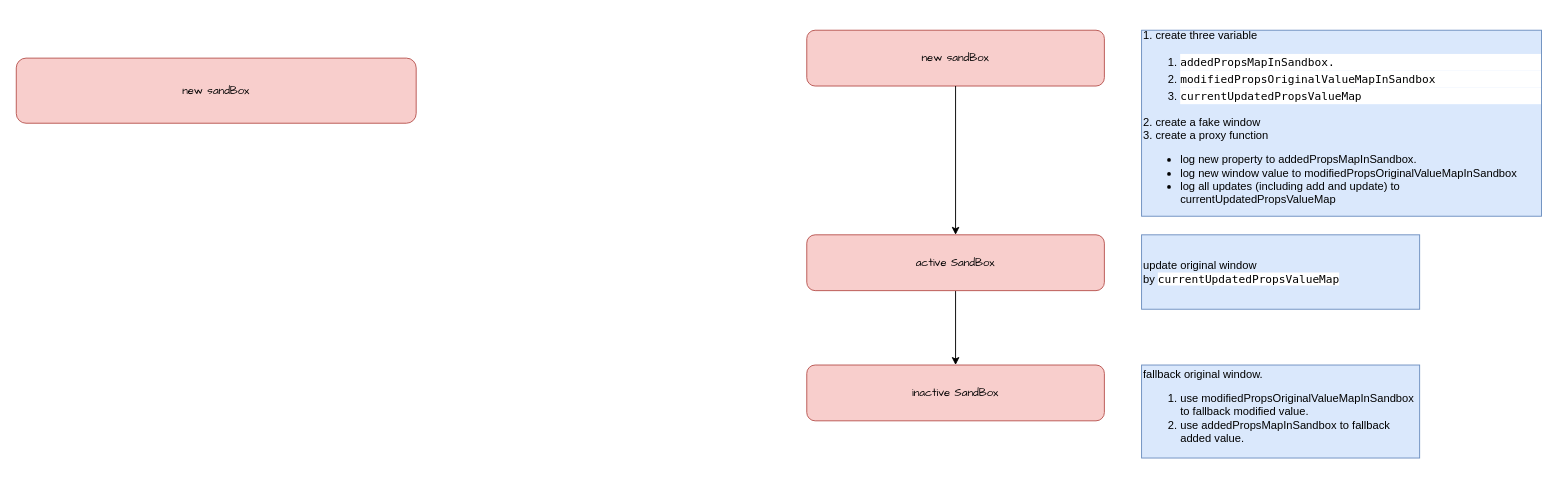
The draw.io diagram mapp.drawio in fzhange/designPattern, before the edit. Source tidied: cells renumbered, new cells numbered last; positions are measured from the earlier drawing's top-left corner, leaving out a move shared by most shapes. Both pictures are drawn from the tidied source at 93%, with x=0, y=0 at pixel (16, 30).
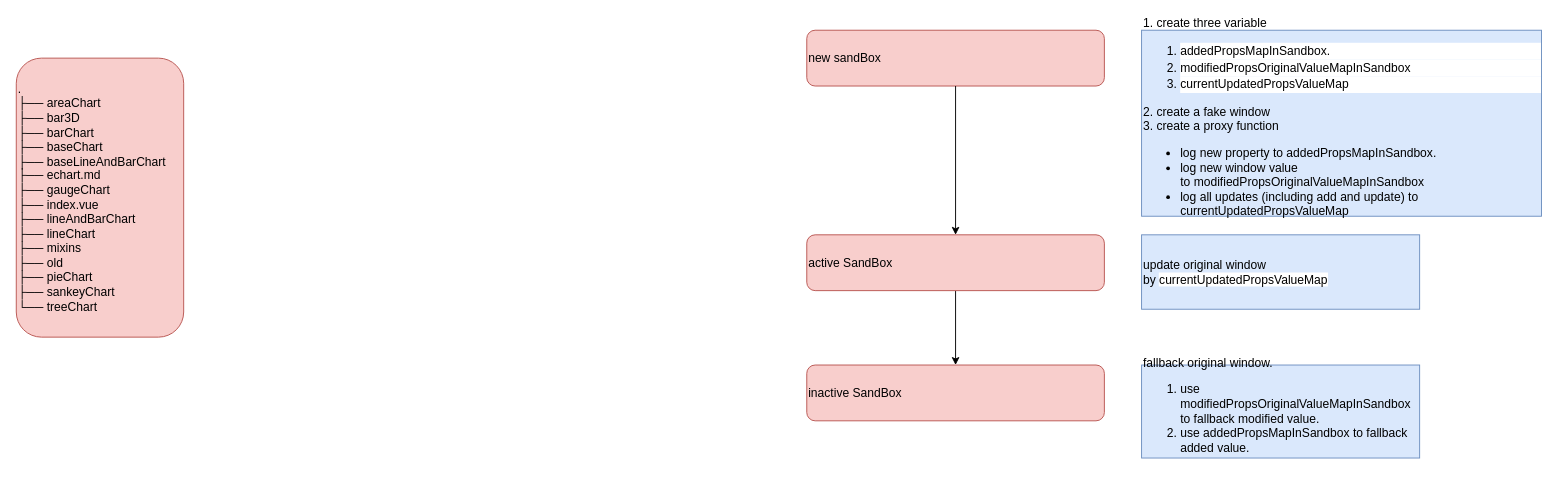
After the change.

Diff of the diagram source:
```diff
@@
 <mxGraphModel>
   <root>
     <mxCell id="0" />
     <mxCell id="1" parent="0" />
-    <mxCell id="2" value="&lt;font face=&quot;Comic Sans MS&quot;&gt;new sandBox&lt;/font&gt;" style="rounded=1;whiteSpace=wrap;html=1;fillColor=#f8cecc;strokeColor=#b85450;" parent="1" vertex="1">
+    <mxCell id="2" value="&lt;font style=&quot;font-size: 13px;&quot;&gt;new sandBox&lt;/font&gt;" style="rounded=1;whiteSpace=wrap;html=1;fillColor=#f8cecc;strokeColor=#b85450;align=left;fontSize=13;fontFamily=Helvetica;" parent="1" vertex="1">
       <mxGeometry x="850" width="320" height="60" as="geometry" />
     </mxCell>
-    <mxCell id="3" value="1. create three&amp;nbsp;variable&lt;br&gt;&lt;ol&gt;&lt;li&gt;&lt;div style=&quot;background-color: rgb(255, 255, 255); font-family: Menlo, Monaco, &amp;quot;Courier New&amp;quot;, monospace; line-height: 18px;&quot;&gt;addedPropsMapInSandbox.&amp;nbsp;&lt;/div&gt;&lt;/li&gt;&lt;li&gt;&lt;div style=&quot;background-color: rgb(255, 255, 255); font-family: Menlo, Monaco, &amp;quot;Courier New&amp;quot;, monospace; line-height: 18px;&quot;&gt;&lt;div style=&quot;line-height: 18px;&quot;&gt;modifiedPropsOriginalValueMapInSandbox&lt;/div&gt;&lt;/div&gt;&lt;/li&gt;&lt;li&gt;&lt;div style=&quot;line-height: 18px;&quot;&gt;&lt;div style=&quot;background-color: rgb(255, 255, 255); font-family: Menlo, Monaco, &amp;quot;Courier New&amp;quot;, monospace; line-height: 18px;&quot;&gt;currentUpdatedPropsValueMap&lt;/div&gt;&lt;/div&gt;&lt;/li&gt;&lt;/ol&gt;&lt;div&gt;2. create a fake window&lt;/div&gt;&lt;div&gt;3. create a proxy function&lt;/div&gt;&lt;div&gt;&lt;ul&gt;&lt;li&gt;log new property to&amp;nbsp;addedPropsMapInSandbox.&lt;/li&gt;&lt;li&gt;&lt;span style=&quot;background-color: initial;&quot;&gt;log new window value to&amp;nbsp;&lt;/span&gt;modifiedPropsOriginalValueMapInSandbox&lt;/li&gt;&lt;li&gt;log all updates (including add and update) to currentUpdatedPropsValueMap&lt;/li&gt;&lt;/ul&gt;&lt;/div&gt;" style="text;html=1;align=left;verticalAlign=middle;whiteSpace=wrap;rounded=0;fillColor=#dae8fc;strokeColor=#6c8ebf;" parent="1" vertex="1">
+    <mxCell id="3" value="1. create three&amp;nbsp;variable&lt;br style=&quot;font-size: 13px;&quot;&gt;&lt;ol style=&quot;font-size: 13px;&quot;&gt;&lt;li style=&quot;font-size: 13px;&quot;&gt;&lt;div style=&quot;background-color: rgb(255, 255, 255); line-height: 18px; font-size: 13px;&quot;&gt;addedPropsMapInSandbox.&amp;nbsp;&lt;/div&gt;&lt;/li&gt;&lt;li style=&quot;font-size: 13px;&quot;&gt;&lt;div style=&quot;background-color: rgb(255, 255, 255); line-height: 18px; font-size: 13px;&quot;&gt;&lt;div style=&quot;line-height: 18px; font-size: 13px;&quot;&gt;modifiedPropsOriginalValueMapInSandbox&lt;/div&gt;&lt;/div&gt;&lt;/li&gt;&lt;li style=&quot;font-size: 13px;&quot;&gt;&lt;div style=&quot;line-height: 18px; font-size: 13px;&quot;&gt;&lt;div style=&quot;background-color: rgb(255, 255, 255); line-height: 18px; font-size: 13px;&quot;&gt;currentUpdatedPropsValueMap&lt;/div&gt;&lt;/div&gt;&lt;/li&gt;&lt;/ol&gt;&lt;div style=&quot;font-size: 13px;&quot;&gt;2. create a fake window&lt;/div&gt;&lt;div style=&quot;font-size: 13px;&quot;&gt;3. create a proxy function&lt;/div&gt;&lt;div style=&quot;font-size: 13px;&quot;&gt;&lt;ul style=&quot;font-size: 13px;&quot;&gt;&lt;li style=&quot;font-size: 13px;&quot;&gt;log new property to&amp;nbsp;addedPropsMapInSandbox.&lt;/li&gt;&lt;li style=&quot;font-size: 13px;&quot;&gt;&lt;span style=&quot;background-color: initial; font-size: 13px;&quot;&gt;log new window value to&amp;nbsp;&lt;/span&gt;modifiedPropsOriginalValueMapInSandbox&lt;/li&gt;&lt;li style=&quot;font-size: 13px;&quot;&gt;log all updates (including add and update) to currentUpdatedPropsValueMap&lt;/li&gt;&lt;/ul&gt;&lt;/div&gt;" style="text;html=1;align=left;verticalAlign=middle;whiteSpace=wrap;rounded=0;fillColor=#dae8fc;strokeColor=#6c8ebf;fontSize=13;fontFamily=Helvetica;" parent="1" vertex="1">
       <mxGeometry x="1210" width="430" height="200" as="geometry" />
     </mxCell>
-    <mxCell id="4" style="edgeStyle=orthogonalEdgeStyle;rounded=0;jettySize=auto;html=1;entryX=0.5;entryY=0;entryDx=0;entryDy=0;" parent="1" edge="1" source="5" target="7">
+    <mxCell id="4" style="edgeStyle=orthogonalEdgeStyle;rounded=0;jettySize=auto;html=1;entryX=0.5;entryY=0;entryDx=0;entryDy=0;align=left;fontSize=13;fontFamily=Helvetica;" parent="1" edge="1" source="5" target="7">
       <mxGeometry relative="1" as="geometry" />
     </mxCell>
-    <mxCell id="5" value="&lt;font face=&quot;Comic Sans MS&quot;&gt;active SandBox&lt;/font&gt;" style="rounded=1;whiteSpace=wrap;html=1;fillColor=#f8cecc;strokeColor=#b85450;" parent="1" vertex="1">
+    <mxCell id="5" value="&lt;font style=&quot;font-size: 13px;&quot;&gt;active SandBox&lt;/font&gt;" style="rounded=1;whiteSpace=wrap;html=1;fillColor=#f8cecc;strokeColor=#b85450;align=left;fontSize=13;fontFamily=Helvetica;" parent="1" vertex="1">
       <mxGeometry x="850" y="220" width="320" height="60" as="geometry" />
     </mxCell>
-    <mxCell id="6" value="&lt;span style=&quot;background-color: initial;&quot;&gt;update original window by&amp;nbsp;&lt;/span&gt;&lt;span style=&quot;background-color: rgb(255, 255, 255); font-family: Menlo, Monaco, &amp;quot;Courier New&amp;quot;, monospace;&quot;&gt;currentUpdatedPropsValueMap&lt;/span&gt;" style="text;html=1;align=left;verticalAlign=middle;whiteSpace=wrap;rounded=0;fillColor=#dae8fc;strokeColor=#6c8ebf;" parent="1" vertex="1">
+    <mxCell id="6" value="&lt;span style=&quot;background-color: initial; font-size: 13px;&quot;&gt;update original window by&amp;nbsp;&lt;/span&gt;&lt;span style=&quot;background-color: rgb(255, 255, 255); font-size: 13px;&quot;&gt;currentUpdatedPropsValueMap&lt;/span&gt;" style="text;html=1;align=left;verticalAlign=middle;whiteSpace=wrap;rounded=0;fillColor=#dae8fc;strokeColor=#6c8ebf;fontSize=13;fontFamily=Helvetica;" parent="1" vertex="1">
       <mxGeometry x="1210" y="220" width="299" height="80" as="geometry" />
     </mxCell>
-    <mxCell id="7" value="&lt;font face=&quot;Comic Sans MS&quot;&gt;inactive SandBox&lt;/font&gt;" style="rounded=1;whiteSpace=wrap;html=1;fillColor=#f8cecc;strokeColor=#b85450;" parent="1" vertex="1">
+    <mxCell id="7" value="&lt;font style=&quot;font-size: 13px;&quot;&gt;inactive SandBox&lt;/font&gt;" style="rounded=1;whiteSpace=wrap;html=1;fillColor=#f8cecc;strokeColor=#b85450;align=left;fontSize=13;fontFamily=Helvetica;" parent="1" vertex="1">
       <mxGeometry x="850" y="360" width="320" height="60" as="geometry" />
     </mxCell>
-    <mxCell id="8" value="&lt;div&gt;fallback original window.&lt;/div&gt;&lt;div&gt;&lt;ol&gt;&lt;li&gt;use modifiedPropsOriginalValueMapInSandbox to fallback modified value.&lt;/li&gt;&lt;li&gt;use addedPropsMapInSandbox to fallback added value.&lt;/li&gt;&lt;/ol&gt;&lt;/div&gt;" style="text;html=1;strokeColor=#6c8ebf;fillColor=#dae8fc;align=left;verticalAlign=middle;whiteSpace=wrap;rounded=0;" parent="1" vertex="1">
+    <mxCell id="8" value="&lt;div style=&quot;font-size: 13px;&quot;&gt;fallback original window.&lt;/div&gt;&lt;div style=&quot;font-size: 13px;&quot;&gt;&lt;ol style=&quot;font-size: 13px;&quot;&gt;&lt;li style=&quot;font-size: 13px;&quot;&gt;use modifiedPropsOriginalValueMapInSandbox to fallback modified value.&lt;/li&gt;&lt;li style=&quot;font-size: 13px;&quot;&gt;use addedPropsMapInSandbox to fallback added value.&lt;/li&gt;&lt;/ol&gt;&lt;/div&gt;" style="text;html=1;strokeColor=#6c8ebf;fillColor=#dae8fc;align=left;verticalAlign=middle;whiteSpace=wrap;rounded=0;fontSize=13;fontFamily=Helvetica;" parent="1" vertex="1">
       <mxGeometry x="1210" y="360" width="299" height="100" as="geometry" />
     </mxCell>
-    <mxCell id="9" style="endArrow=classic;html=1;rounded=0;exitX=0.5;exitY=1;exitDx=0;exitDy=0;entryX=0.5;entryY=0;entryDx=0;entryDy=0;" parent="1" edge="1" source="2" target="5">
+    <mxCell id="9" style="endArrow=classic;html=1;rounded=0;exitX=0.5;exitY=1;exitDx=0;exitDy=0;entryX=0.5;entryY=0;entryDx=0;entryDy=0;align=left;fontSize=13;fontFamily=Helvetica;" parent="1" edge="1" source="2" target="5">
       <mxGeometry relative="1" as="geometry" />
     </mxCell>
-    <mxCell id="10" value="&lt;font face=&quot;Comic Sans MS&quot;&gt;new sandBox&lt;/font&gt;" style="rounded=1;whiteSpace=wrap;html=1;fillColor=#f8cecc;strokeColor=#b85450;" parent="1" vertex="1">
-      <mxGeometry y="30" width="430" height="70" as="geometry" />
+    <mxCell id="10" value="&lt;div style=&quot;font-size: 13px;&quot;&gt;&lt;font style=&quot;font-size: 13px;&quot;&gt;.&lt;/font&gt;&lt;/div&gt;&lt;div style=&quot;font-size: 13px;&quot;&gt;&lt;font style=&quot;font-size: 13px;&quot;&gt;├── areaChart&lt;/font&gt;&lt;/div&gt;&lt;div style=&quot;font-size: 13px;&quot;&gt;&lt;font style=&quot;font-size: 13px;&quot;&gt;├── bar3D&lt;/font&gt;&lt;/div&gt;&lt;div style=&quot;font-size: 13px;&quot;&gt;&lt;font style=&quot;font-size: 13px;&quot;&gt;├── barChart&lt;/font&gt;&lt;/div&gt;&lt;div style=&quot;font-size: 13px;&quot;&gt;&lt;font style=&quot;font-size: 13px;&quot;&gt;├── baseChart&lt;/font&gt;&lt;/div&gt;&lt;div style=&quot;font-size: 13px;&quot;&gt;&lt;font style=&quot;font-size: 13px;&quot;&gt;├── baseLineAndBarChart&lt;/font&gt;&lt;/div&gt;&lt;div style=&quot;font-size: 13px;&quot;&gt;&lt;font style=&quot;font-size: 13px;&quot;&gt;├── echart.md&lt;/font&gt;&lt;/div&gt;&lt;div style=&quot;font-size: 13px;&quot;&gt;&lt;font style=&quot;font-size: 13px;&quot;&gt;├── gaugeChart&lt;/font&gt;&lt;/div&gt;&lt;div style=&quot;font-size: 13px;&quot;&gt;&lt;font style=&quot;font-size: 13px;&quot;&gt;├── index.vue&lt;/font&gt;&lt;/div&gt;&lt;div style=&quot;font-size: 13px;&quot;&gt;&lt;font style=&quot;font-size: 13px;&quot;&gt;├── lineAndBarChart&lt;/font&gt;&lt;/div&gt;&lt;div style=&quot;font-size: 13px;&quot;&gt;&lt;font style=&quot;font-size: 13px;&quot;&gt;├── lineChart&lt;/font&gt;&lt;/div&gt;&lt;div style=&quot;font-size: 13px;&quot;&gt;&lt;font style=&quot;font-size: 13px;&quot;&gt;├── mixins&lt;/font&gt;&lt;/div&gt;&lt;div style=&quot;font-size: 13px;&quot;&gt;&lt;font style=&quot;font-size: 13px;&quot;&gt;├── old&lt;/font&gt;&lt;/div&gt;&lt;div style=&quot;font-size: 13px;&quot;&gt;&lt;font style=&quot;font-size: 13px;&quot;&gt;├── pieChart&lt;/font&gt;&lt;/div&gt;&lt;div style=&quot;font-size: 13px;&quot;&gt;&lt;font style=&quot;font-size: 13px;&quot;&gt;├── sankeyChart&lt;/font&gt;&lt;/div&gt;&lt;div style=&quot;font-size: 13px;&quot;&gt;&lt;font style=&quot;font-size: 13px;&quot;&gt;└── treeChart&lt;/font&gt;&lt;/div&gt;" style="rounded=1;whiteSpace=wrap;html=1;fillColor=#f8cecc;strokeColor=#b85450;align=left;fontSize=13;fontFamily=Helvetica;" parent="1" vertex="1">
+      <mxGeometry y="30" width="180" height="300" as="geometry" />
     </mxCell>
   </root>
 </mxGraphModel>
```
